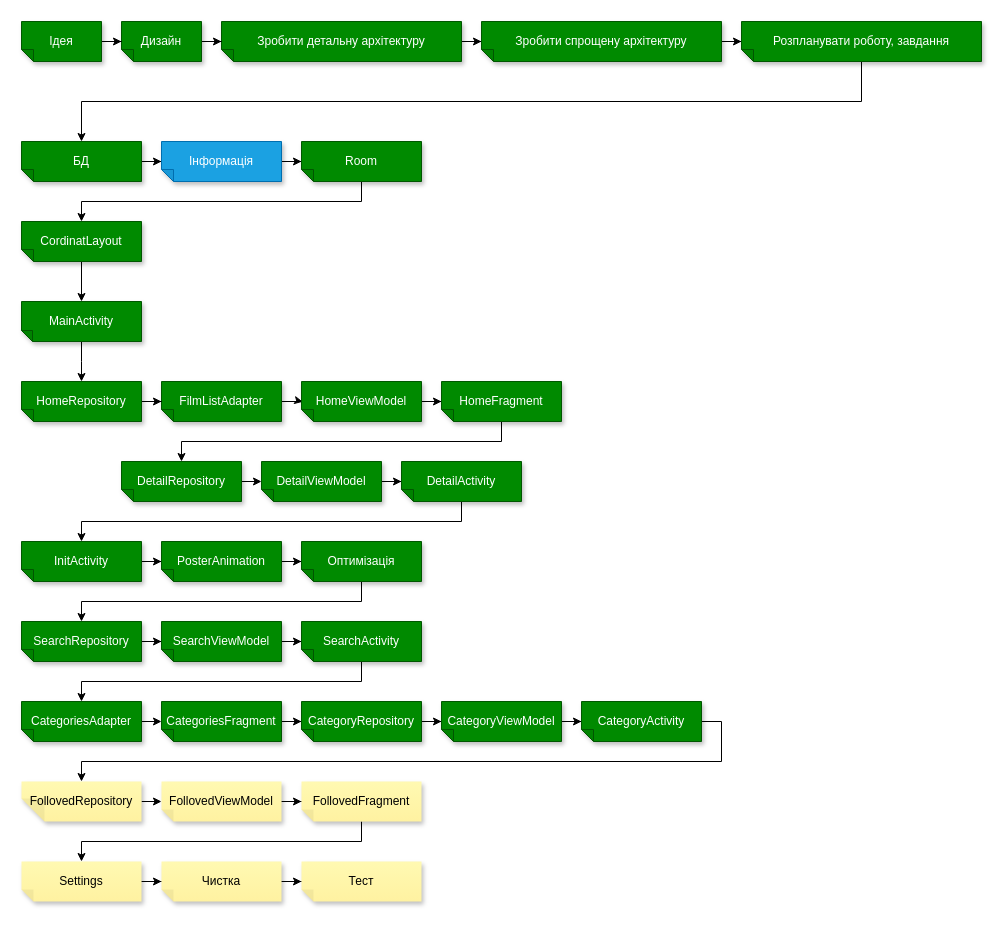
SviatKuzbyt/MoviesReview keeps this draw.io diagram as page "Завдання" (2 of 2) of files for project/MoviesReview.drawio. Above is the earlier version. Source tidied: cells renumbered, new cells numbered last; positions are measured from the earlier drawing's top-left corner, leaving out a move shared by most shapes. Both pictures are drawn from the tidied source at 100%, with x=0, y=0 at pixel (21, 21).
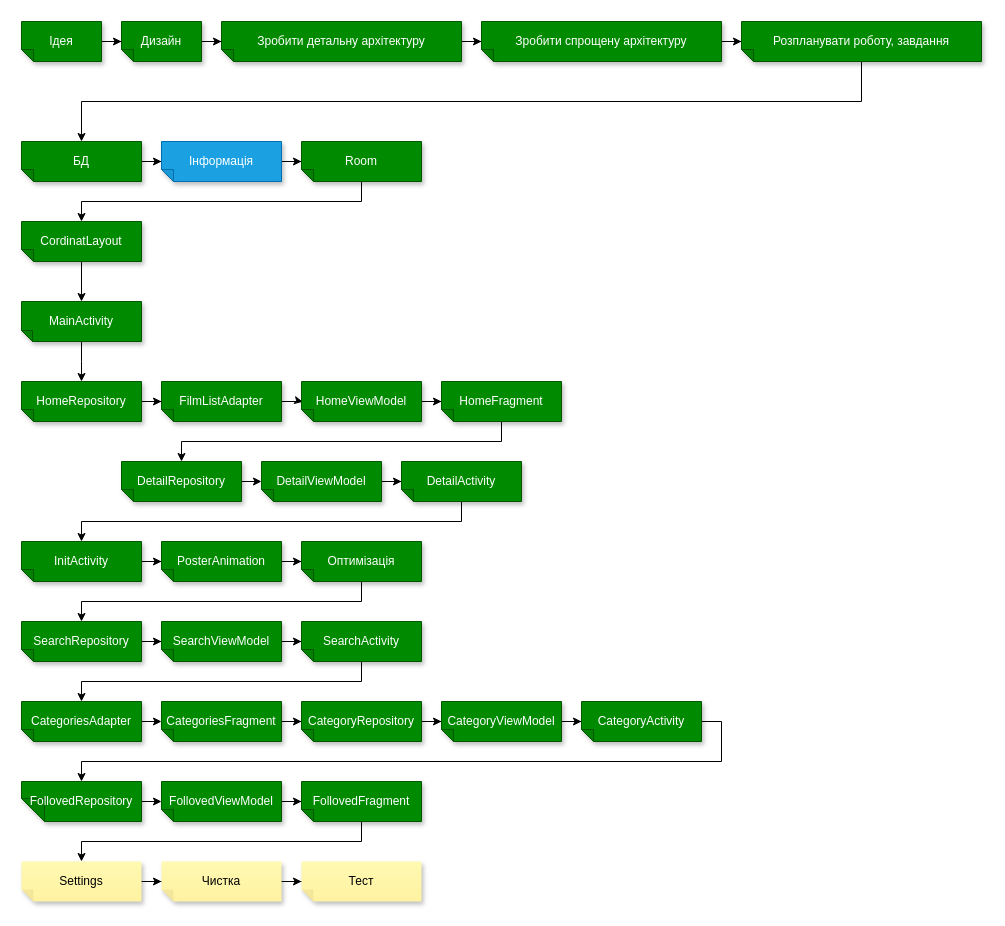
The same page after the edit.

The edit, as a diff of the source:
```diff
@@
-    <mxCell id="49" value="FollovedRepository" style="shape=note;whiteSpace=wrap;html=1;backgroundOutline=1;fontColor=#000000;darkOpacity=0.05;fillColor=#FFF9B2;strokeColor=none;fillStyle=solid;direction=west;gradientDirection=north;gradientColor=#FFF2A1;shadow=1;size=23;" parent="1" vertex="1">
+    <mxCell id="49" value="FollovedRepository" style="shape=note;whiteSpace=wrap;html=1;backgroundOutline=1;fontColor=#ffffff;darkOpacity=0.05;fillColor=#008a00;strokeColor=#005700;fillStyle=solid;direction=west;gradientDirection=north;shadow=1;size=23;" parent="1" vertex="1">
       <mxGeometry y="760" width="120" height="40" as="geometry" />
     </mxCell>
@@
-    <mxCell id="51" value="FollovedViewModel" style="shape=note;whiteSpace=wrap;html=1;backgroundOutline=1;fontColor=#000000;darkOpacity=0.05;fillColor=#FFF9B2;strokeColor=none;fillStyle=solid;direction=west;gradientDirection=north;gradientColor=#FFF2A1;shadow=1;size=12;" parent="1" vertex="1">
+    <mxCell id="51" value="FollovedViewModel" style="shape=note;whiteSpace=wrap;html=1;backgroundOutline=1;fontColor=#ffffff;darkOpacity=0.05;fillColor=#008a00;strokeColor=#005700;fillStyle=solid;direction=west;gradientDirection=north;shadow=1;size=12;" parent="1" vertex="1">
       <mxGeometry x="140" y="760" width="120" height="40" as="geometry" />
     </mxCell>
@@
-    <mxCell id="53" value="FollovedFragment" style="shape=note;whiteSpace=wrap;html=1;backgroundOutline=1;fontColor=#000000;darkOpacity=0.05;fillColor=#FFF9B2;strokeColor=none;fillStyle=solid;direction=west;gradientDirection=north;gradientColor=#FFF2A1;shadow=1;size=12;" parent="1" vertex="1">
+    <mxCell id="53" value="FollovedFragment" style="shape=note;whiteSpace=wrap;html=1;backgroundOutline=1;fontColor=#ffffff;darkOpacity=0.05;fillColor=#008a00;strokeColor=#005700;fillStyle=solid;direction=west;gradientDirection=north;shadow=1;size=12;" parent="1" vertex="1">
       <mxGeometry x="280" y="760" width="120" height="40" as="geometry" />
     </mxCell>
```
